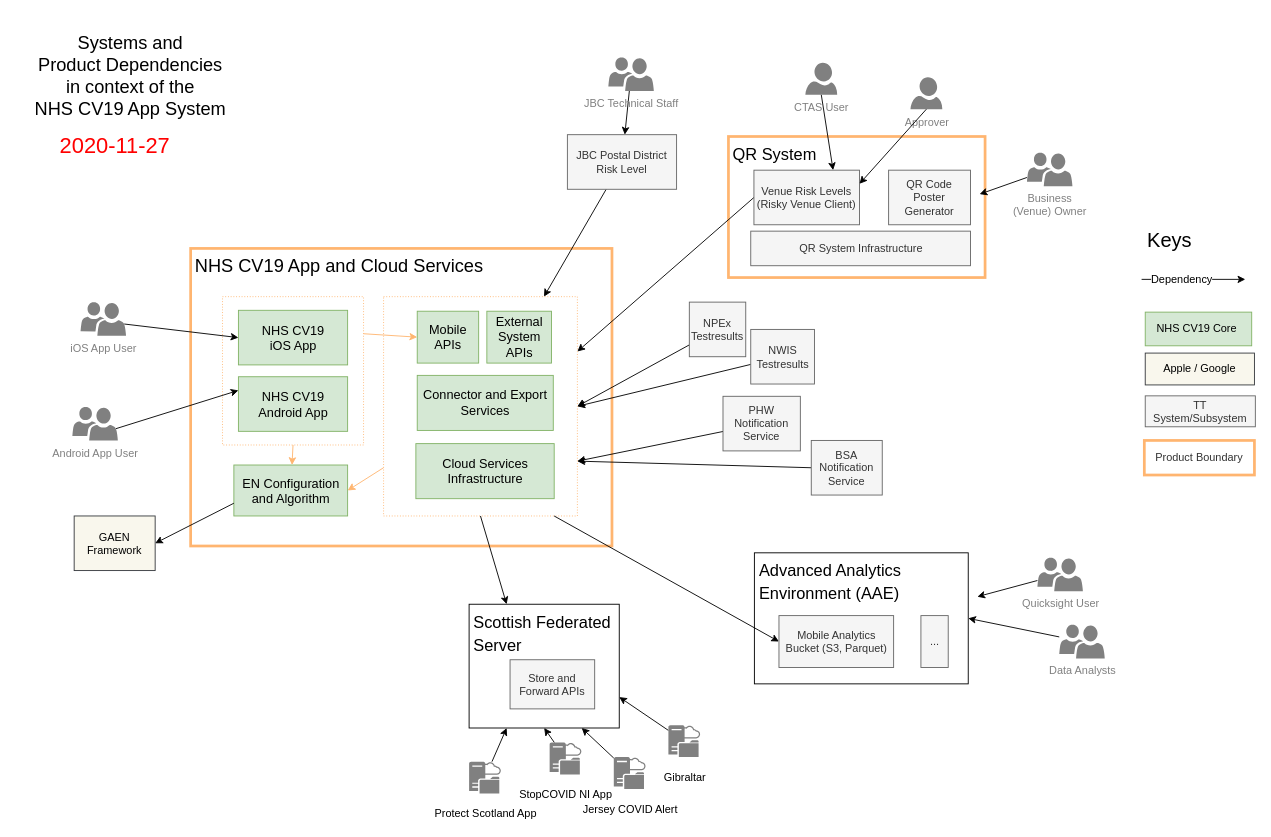
Above: page "sys-overview" (1 of 2) of doc/architecture/diagrams/cv19-app-system-architecture.drawio in ukhsa-collaboration/covid19-app-system-public (draw.io), before the change. Source tidied: cells renumbered, new cells numbered last; positions are measured from the earlier drawing's top-left corner, leaving out a move shared by most shapes. Both pictures are drawn from the tidied source at 91%, with x=0, y=0 at pixel (31, 15).
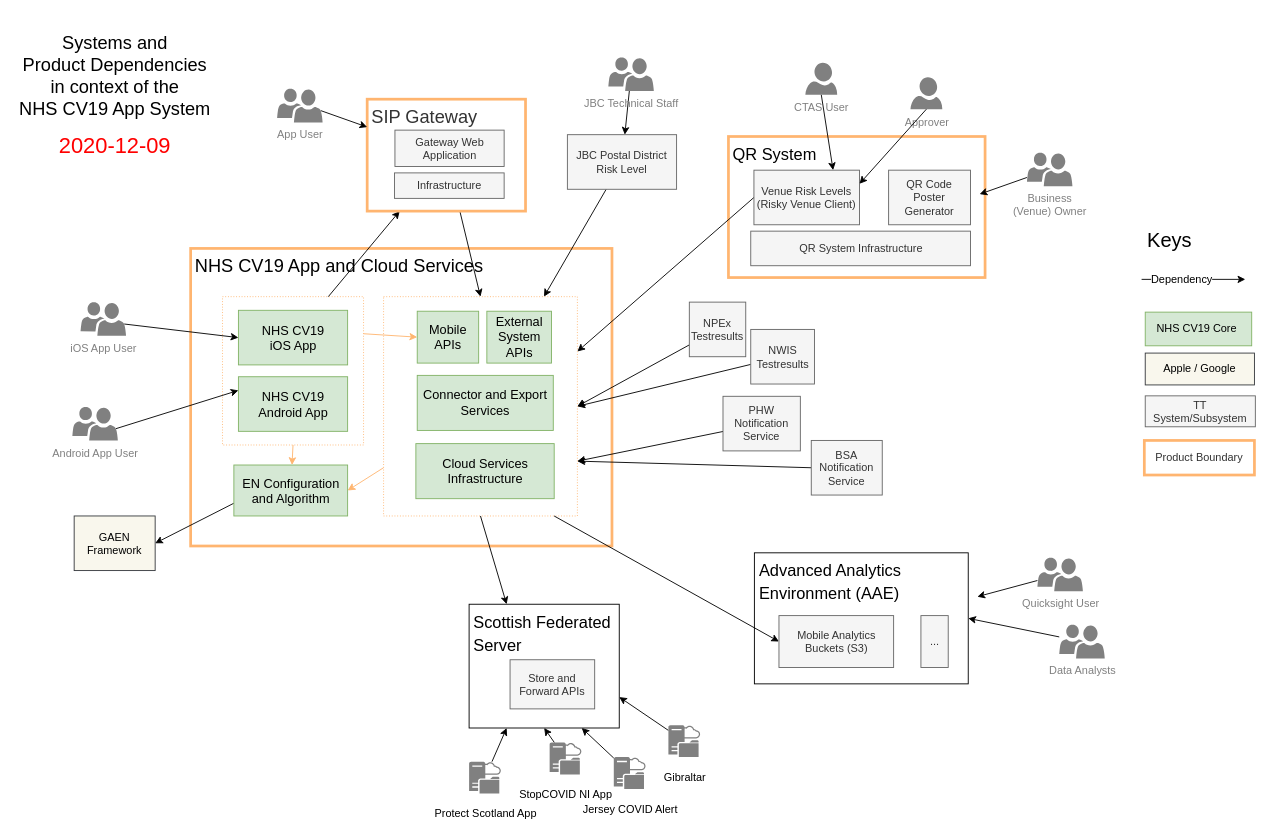
The same diagram, later.

The change refers to these unchanged cells:
```xml
<mxCell id="2" style="rounded=0;whiteSpace=wrap;html=1;fontSize=16;fillColor=none;verticalAlign=top;align=center;strokeColor=#FFB570;strokeWidth=1;dashed=1;dashPattern=1 2;" parent="1" vertex="1">
  <mxGeometry x="387" y="308.5" width="213" height="241" as="geometry" />
</mxCell>
<mxCell id="5" style="rounded=0;whiteSpace=wrap;html=1;fillColor=none;verticalAlign=top;fontSize=16;strokeColor=#FFB570;strokeWidth=1;dashed=1;dashPattern=1 2;" parent="1" vertex="1">
  <mxGeometry x="210" y="308.5" width="155" height="163" as="geometry" />
</mxCell>
```

Change to the diagram source:
```diff
@@
+    <mxCell id="3" value="&lt;span style=&quot;font-size: 20px;&quot;&gt;NHS CV19 App and Cloud Services&lt;/span&gt;" style="rounded=0;whiteSpace=wrap;html=1;fillColor=none;verticalAlign=top;fontSize=20;strokeColor=#FFB570;strokeWidth=3;align=left;spacingLeft=3;" parent="1" vertex="1">
+      <mxGeometry x="175" y="255.5" width="463" height="327" as="geometry" />
+    </mxCell>
@@
-    <mxCell id="3" value="&lt;span style=&quot;font-size: 20px;&quot;&gt;NHS CV19 App and Cloud Services&lt;/span&gt;" style="rounded=0;whiteSpace=wrap;html=1;fillColor=none;verticalAlign=top;fontSize=20;strokeColor=#FFB570;strokeWidth=3;align=left;spacingLeft=3;" parent="1" vertex="1">
-      <mxGeometry x="175" y="255.5" width="463" height="327" as="geometry" />
-    </mxCell>
@@
-    <mxCell id="10" value="EN Configuration and Algorithm" style="rounded=0;whiteSpace=wrap;html=1;strokeColor=#82b366;fontSize=14;verticalAlign=middle;fillColor=#d5e8d4;" parent="1" vertex="1">
-      <mxGeometry x="222.5" y="493.5" width="125" height="56" as="geometry" />
-    </mxCell>
@@
-    <mxCell id="29" value="2020-11-27" style="text;html=1;strokeColor=none;fillColor=none;align=center;verticalAlign=middle;whiteSpace=wrap;rounded=0;dashed=1;fontSize=24;fontColor=#FF0000;" parent="1" vertex="1">
+    <mxCell id="29" value="2020-12-09" style="text;html=1;strokeColor=none;fillColor=none;align=center;verticalAlign=middle;whiteSpace=wrap;rounded=0;dashed=1;fontSize=24;fontColor=#FF0000;" parent="1" vertex="1">
       <mxGeometry x="26.5" y="132.5" width="130" height="20" as="geometry" />
     </mxCell>
@@
     <mxCell id="40" value="Systems and &lt;br&gt;Product Dependencies&lt;br&gt;in context of the &lt;br&gt;NHS CV19 App System" style="text;html=1;strokeColor=none;fillColor=none;align=center;verticalAlign=middle;whiteSpace=wrap;rounded=0;fontSize=20;" parent="1" vertex="1">
-      <mxGeometry width="218" height="130.5" as="geometry" />
+      <mxGeometry x="-17.5" width="218" height="130.5" as="geometry" />
     </mxCell>
-    <mxCell id="41" value="Mobile Analytics Bucket (S3, Parquet)" style="rounded=0;whiteSpace=wrap;html=1;fillColor=#f5f5f5;strokeColor=#666666;fontColor=#333333;" parent="1" vertex="1">
+    <mxCell id="41" value="Mobile Analytics Buckets (S3)" style="rounded=0;whiteSpace=wrap;html=1;fillColor=#f5f5f5;strokeColor=#666666;fontColor=#333333;" parent="1" vertex="1">
       <mxGeometry x="821.5" y="659" width="126" height="57" as="geometry" />
     </mxCell>
@@
+    <mxCell id="10" value="EN Configuration and Algorithm" style="rounded=0;whiteSpace=wrap;html=1;strokeColor=#82b366;fontSize=14;verticalAlign=middle;fillColor=#d5e8d4;" parent="1" vertex="1">
+      <mxGeometry x="222.5" y="493.5" width="125" height="56" as="geometry" />
+    </mxCell>
+    <mxCell id="72" style="rounded=0;jettySize=auto;html=1;fontColor=#333333;exitX=0.75;exitY=0;exitDx=0;exitDy=0;" parent="1" edge="1" source="5" target="74">
+      <mxGeometry relative="1" as="geometry" />
+    </mxCell>
+    <mxCell id="73" style="edgeStyle=none;rounded=0;jettySize=auto;html=1;entryX=0.5;entryY=0;entryDx=0;entryDy=0;fontColor=#333333;" parent="1" edge="1" source="74" target="2">
+      <mxGeometry relative="1" as="geometry" />
+    </mxCell>
+    <mxCell id="74" value="SIP Gateway" style="rounded=0;whiteSpace=wrap;html=1;fontColor=#333333;fontSize=20;verticalAlign=top;align=left;fillColor=none;strokeColor=#FFB570;strokeWidth=3;spacingLeft=3;" parent="1" vertex="1">
+      <mxGeometry x="369" y="91.5" width="174" height="123" as="geometry" />
+    </mxCell>
+    <mxCell id="75" style="edgeStyle=none;rounded=0;jettySize=auto;html=1;fontSize=20;exitX=0.96;exitY=0.65;exitDx=0;exitDy=0;exitPerimeter=0;" parent="1" edge="1" source="76" target="74">
+      <mxGeometry relative="1" as="geometry" />
+    </mxCell>
+    <mxCell id="76" value="App User" style="shadow=0;dashed=0;html=1;strokeColor=none;labelPosition=center;verticalLabelPosition=bottom;verticalAlign=top;align=center;shape=mxgraph.mscae.intune.user_group;fontSize=12;fontColor=#808080;fillColor=#808080;" parent="1" vertex="1">
+      <mxGeometry x="270" y="80" width="50" height="37" as="geometry" />
+    </mxCell>
+    <mxCell id="77" value="Gateway Web Application" style="rounded=0;whiteSpace=wrap;html=1;fillColor=#f5f5f5;strokeColor=#666666;fontColor=#333333;" parent="1" vertex="1">
+      <mxGeometry x="399.5" y="125.5" width="120" height="40" as="geometry" />
+    </mxCell>
+    <mxCell id="78" value="Infrastructure" style="rounded=0;whiteSpace=wrap;html=1;fillColor=#f5f5f5;strokeColor=#666666;fontColor=#333333;" parent="1" vertex="1">
+      <mxGeometry x="399" y="172.5" width="120.5" height="28" as="geometry" />
+    </mxCell>
```
